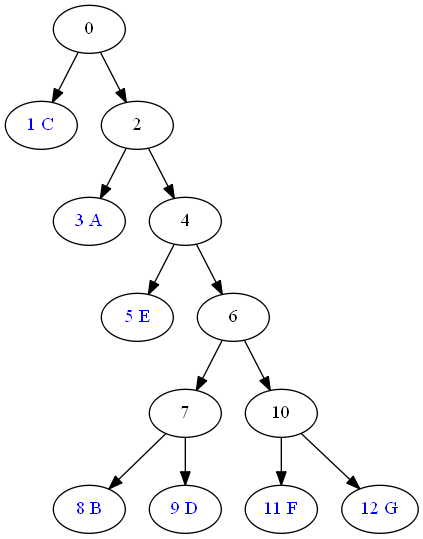
This is graphFinal.png from Garebsky/GIZ, a Graphviz export, as it was before one commit. Its source is kept beside it as graphFinal.dot.
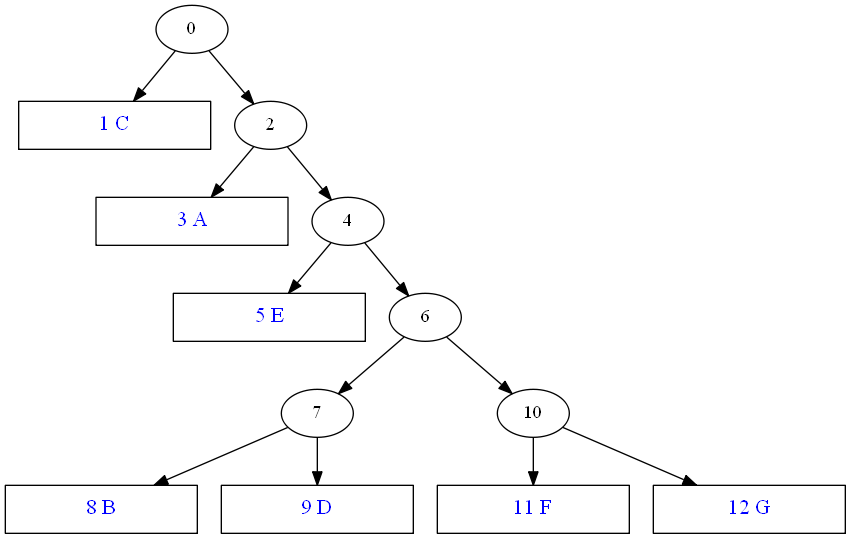
The same file after the commit.

Diff of the diagram source:
```diff
@@ -1,28 +1,28 @@
 digraph G {
 0 -> 1
-1 [label="1 C", fontcolor=blue, fontsize=14];
+1 [label="1 C", fontsize=16, fontcolor=blue, width=2, shape=box];
 
 0 -> 2
 2 -> 3
-3 [label="3 A", fontcolor=blue, fontsize=14];
+3 [label="3 A", fontsize=16, fontcolor=blue, width=2, shape=box];
 
 2 -> 4
 4 -> 5
-5 [label="5 E", fontcolor=blue, fontsize=14];
+5 [label="5 E", fontsize=16, fontcolor=blue, width=2, shape=box];
 
 4 -> 6
 7 -> 8
-8 [label="8 B", fontcolor=blue, fontsize=14];
+8 [label="8 B", fontsize=16, fontcolor=blue, width=2, shape=box];
 
 7 -> 9
-9 [label="9 D", fontcolor=blue, fontsize=14];
+9 [label="9 D", fontsize=16, fontcolor=blue, width=2, shape=box];
 
 6 -> 7
 6 -> 10
 10 -> 11
-11 [label="11 F", fontcolor=blue, fontsize=14];
+11 [label="11 F", fontsize=16, fontcolor=blue, width=2, shape=box];
 
 10 -> 12
-12 [label="12 G", fontcolor=blue, fontsize=14];
+12 [label="12 G", fontsize=16, fontcolor=blue, width=2, shape=box];
 
 }
```
